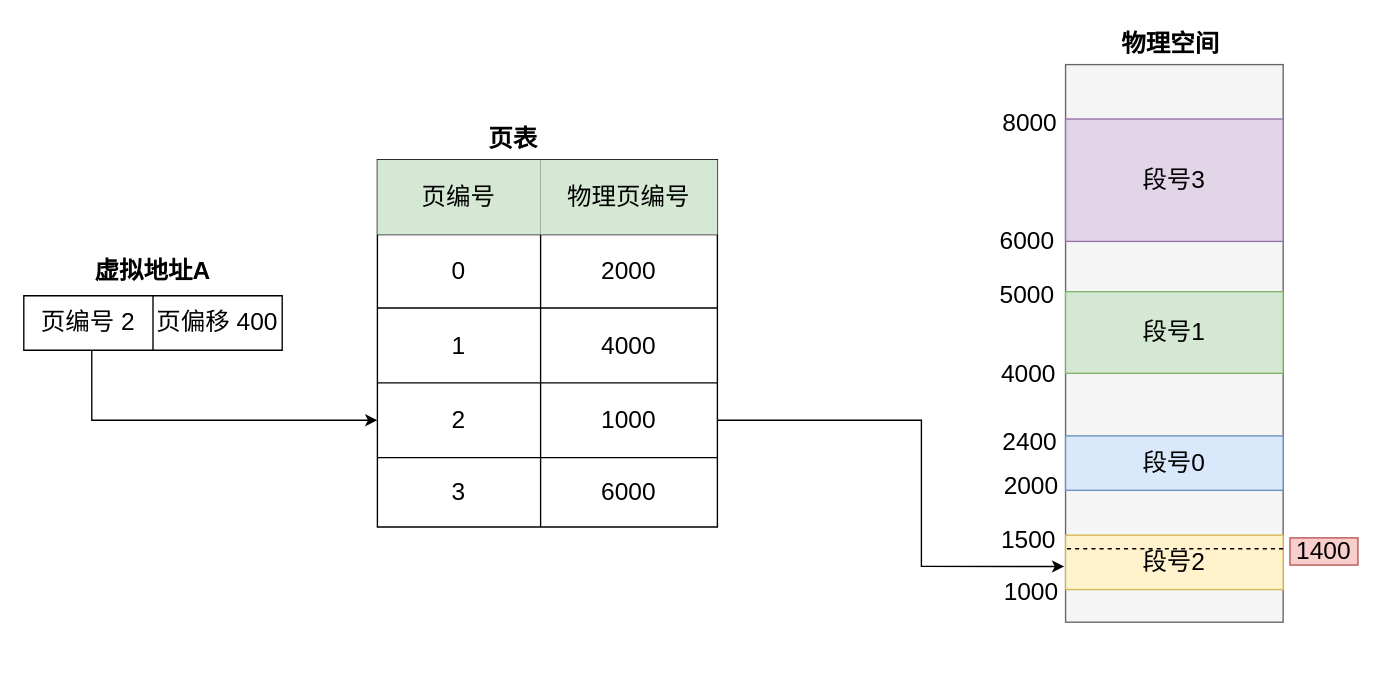
The draw.io diagram 内存分页.drawio in Netech-DevNote/itquestions_pictures, before the edit. Source tidied: cells renumbered, new cells numbered last; positions are measured from the earlier drawing's top-left corner, leaving out a move shared by most shapes. Both pictures are drawn from the tidied source at 136%, with x=0, y=0 at pixel (23, 23).
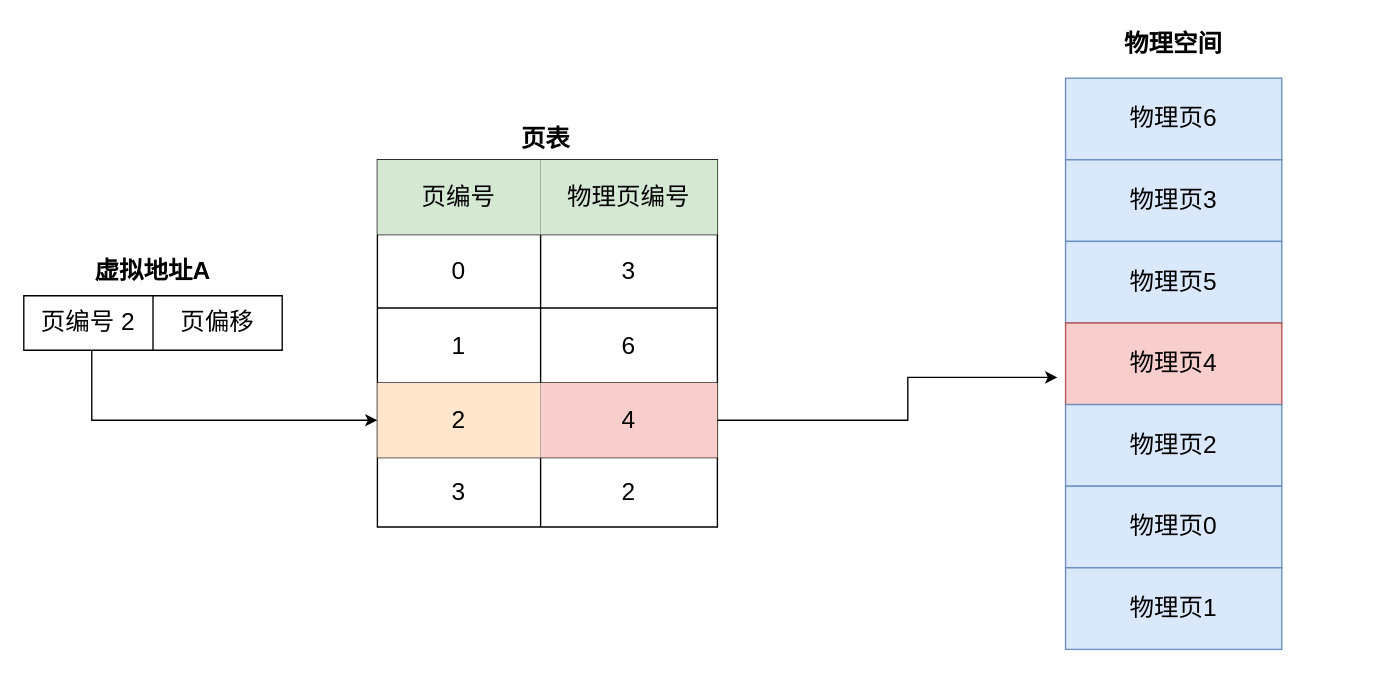
After the change.

Commit message (it also covers changes not shown here):
更新内存分页.drawio

The change refers to these unchanged cells:
```xml
<mxCell id="6" style="shape=tableRow;horizontal=0;startSize=0;swimlaneHead=0;swimlaneBody=0;strokeColor=inherit;top=0;left=0;bottom=0;right=0;fillColor=none;fontSize=18;" parent="2" vertex="1">
  <mxGeometry y="55" width="250" height="54" as="geometry" />
</mxCell>
<mxCell id="9" style="shape=tableRow;horizontal=0;startSize=0;swimlaneHead=0;swimlaneBody=0;strokeColor=inherit;top=0;left=0;bottom=0;right=0;fillColor=none;fontSize=18;" parent="2" vertex="1">
  <mxGeometry y="109" width="250" height="55" as="geometry" />
</mxCell>
<mxCell id="12" style="shape=tableRow;horizontal=0;startSize=0;swimlaneHead=0;swimlaneBody=0;strokeColor=inherit;top=0;left=0;bottom=0;right=0;fillColor=none;points=[[0,0.5],[1,0.5]];portConstraint=eastwest;fontSize=18;" parent="2" vertex="1">
  <mxGeometry y="164" width="250" height="55" as="geometry" />
</mxCell>
<mxCell id="15" style="shape=tableRow;horizontal=0;startSize=0;swimlaneHead=0;swimlaneBody=0;strokeColor=inherit;top=0;left=0;bottom=0;right=0;fillColor=none;fontSize=18;" parent="2" vertex="1">
  <mxGeometry y="219" width="250" height="51" as="geometry" />
</mxCell>
<mxCell id="19" style="shape=tableRow;horizontal=0;startSize=0;swimlaneHead=0;swimlaneBody=0;strokeColor=inherit;top=0;left=0;bottom=0;right=0;fillColor=none;points=[[0,0.5],[1,0.5]];portConstraint=eastwest;fontSize=18;" parent="18" vertex="1">
  <mxGeometry width="190" height="40" as="geometry" />
</mxCell>
```

Change to the diagram source:
```diff
@@
-    <mxCell id="8" value="2000" style="shape=partialRectangle;html=1;whiteSpace=wrap;strokeColor=inherit;overflow=hidden;fillColor=none;top=0;left=0;bottom=0;right=0;fontSize=18;" parent="6" vertex="1">
+    <mxCell id="8" value="3" style="shape=partialRectangle;html=1;whiteSpace=wrap;strokeColor=inherit;overflow=hidden;fillColor=none;top=0;left=0;bottom=0;right=0;fontSize=18;" parent="6" vertex="1">
       <mxGeometry x="120" width="130" height="54" as="geometry" />
     </mxCell>
@@
-    <mxCell id="11" value="4000" style="shape=partialRectangle;html=1;whiteSpace=wrap;strokeColor=inherit;overflow=hidden;fillColor=none;top=0;left=0;bottom=0;right=0;fontSize=18;" parent="9" vertex="1">
+    <mxCell id="11" value="6" style="shape=partialRectangle;html=1;whiteSpace=wrap;strokeColor=inherit;overflow=hidden;fillColor=none;top=0;left=0;bottom=0;right=0;fontSize=18;" parent="9" vertex="1">
       <mxGeometry x="120" width="130" height="55" as="geometry" />
     </mxCell>
@@
-    <mxCell id="13" value="2" style="shape=partialRectangle;html=1;whiteSpace=wrap;strokeColor=inherit;overflow=hidden;fillColor=none;top=0;left=0;bottom=0;right=0;fontSize=18;" parent="12" vertex="1">
+    <mxCell id="13" value="2" style="shape=partialRectangle;html=1;whiteSpace=wrap;strokeColor=#d79b00;overflow=hidden;fillColor=#ffe6cc;top=0;left=0;bottom=0;right=0;fontSize=18;" parent="12" vertex="1">
       <mxGeometry width="120" height="55" as="geometry" />
     </mxCell>
-    <mxCell id="14" value="1000" style="shape=partialRectangle;html=1;whiteSpace=wrap;strokeColor=inherit;overflow=hidden;fillColor=none;top=0;left=0;bottom=0;right=0;fontSize=18;" parent="12" vertex="1">
+    <mxCell id="14" value="4" style="shape=partialRectangle;html=1;whiteSpace=wrap;strokeColor=#b85450;overflow=hidden;fillColor=#f8cecc;top=0;left=0;bottom=0;right=0;fontSize=18;" parent="12" vertex="1">
       <mxGeometry x="120" width="130" height="55" as="geometry" />
     </mxCell>
@@
-    <mxCell id="17" value="6000" style="shape=partialRectangle;html=1;whiteSpace=wrap;strokeColor=inherit;overflow=hidden;fillColor=none;top=0;left=0;bottom=0;right=0;fontSize=18;" parent="15" vertex="1">
+    <mxCell id="17" value="2" style="shape=partialRectangle;html=1;whiteSpace=wrap;strokeColor=inherit;overflow=hidden;fillColor=none;top=0;left=0;bottom=0;right=0;fontSize=18;" parent="15" vertex="1">
       <mxGeometry x="120" width="130" height="51" as="geometry" />
     </mxCell>
@@
-    <mxCell id="21" value="页偏移 400" style="shape=partialRectangle;html=1;whiteSpace=wrap;strokeColor=inherit;overflow=hidden;fillColor=none;top=0;left=0;bottom=0;right=0;fontSize=18;" parent="19" vertex="1">
+    <mxCell id="21" value="页偏移" style="shape=partialRectangle;html=1;whiteSpace=wrap;strokeColor=inherit;overflow=hidden;fillColor=none;top=0;left=0;bottom=0;right=0;fontSize=18;" parent="19" vertex="1">
       <mxGeometry x="95" width="95" height="40" as="geometry" />
     </mxCell>
@@
     <mxCell id="23" value="页表" style="text;html=1;strokeColor=none;fillColor=none;align=center;verticalAlign=middle;whiteSpace=wrap;rounded=0;fontSize=18;fontStyle=1;" parent="1" vertex="1">
-      <mxGeometry x="330" y="70" width="60" height="30" as="geometry" />
+      <mxGeometry x="354" y="70" width="60" height="30" as="geometry" />
     </mxCell>
-    <mxCell id="24" style="rounded=0;whiteSpace=wrap;html=1;fillColor=#f5f5f5;fontColor=#333333;strokeColor=#666666;fontSize=18;" parent="1" vertex="1">
-      <mxGeometry x="766" y="30" width="160" height="410" as="geometry" />
-    </mxCell>
-    <mxCell id="25" value="段号2" style="rounded=0;whiteSpace=wrap;html=1;fillColor=#fff2cc;strokeColor=#d6b656;fontSize=18;" parent="1" vertex="1">
-      <mxGeometry x="766" y="376" width="160" height="40" as="geometry" />
-    </mxCell>
-    <mxCell id="26" value="1000" style="text;html=1;strokeColor=none;fillColor=none;align=center;verticalAlign=middle;whiteSpace=wrap;rounded=0;fontSize=18;" parent="1" vertex="1">
-      <mxGeometry x="711" y="403" width="60" height="30" as="geometry" />
-    </mxCell>
-    <mxCell id="27" value="1500" style="text;html=1;strokeColor=none;fillColor=none;align=center;verticalAlign=middle;whiteSpace=wrap;rounded=0;fontSize=18;" parent="1" vertex="1">
-      <mxGeometry x="709" y="365" width="60" height="30" as="geometry" />
-    </mxCell>
-    <mxCell id="28" value="段号0" style="rounded=0;whiteSpace=wrap;html=1;fillColor=#dae8fc;strokeColor=#6c8ebf;fontSize=18;" parent="1" vertex="1">
-      <mxGeometry x="766" y="303" width="160" height="40" as="geometry" />
-    </mxCell>
-    <mxCell id="29" value="段号1" style="rounded=0;whiteSpace=wrap;html=1;fillColor=#d5e8d4;strokeColor=#82b366;fontSize=18;" parent="1" vertex="1">
-      <mxGeometry x="766" y="197" width="160" height="60" as="geometry" />
-    </mxCell>
-    <mxCell id="30" value="段号3" style="rounded=0;whiteSpace=wrap;html=1;fillColor=#e1d5e7;strokeColor=#9673a6;fontSize=18;" parent="1" vertex="1">
-      <mxGeometry x="766" y="70" width="160" height="90" as="geometry" />
-    </mxCell>
-    <mxCell id="31" value="2000" style="text;html=1;strokeColor=none;fillColor=none;align=center;verticalAlign=middle;whiteSpace=wrap;rounded=0;fontSize=18;" parent="1" vertex="1">
-      <mxGeometry x="711" y="325" width="60" height="30" as="geometry" />
-    </mxCell>
-    <mxCell id="32" value="2400" style="text;html=1;strokeColor=none;fillColor=none;align=center;verticalAlign=middle;whiteSpace=wrap;rounded=0;fontSize=18;" parent="1" vertex="1">
-      <mxGeometry x="710" y="293" width="60" height="30" as="geometry" />
-    </mxCell>
-    <mxCell id="33" value="4000" style="text;html=1;strokeColor=none;fillColor=none;align=center;verticalAlign=middle;whiteSpace=wrap;rounded=0;fontSize=18;" parent="1" vertex="1">
-      <mxGeometry x="709" y="243" width="60" height="30" as="geometry" />
-    </mxCell>
-    <mxCell id="34" value="5000" style="text;html=1;strokeColor=none;fillColor=none;align=center;verticalAlign=middle;whiteSpace=wrap;rounded=0;fontSize=18;" parent="1" vertex="1">
-      <mxGeometry x="708" y="185" width="60" height="30" as="geometry" />
-    </mxCell>
-    <mxCell id="35" value="6000" style="text;html=1;strokeColor=none;fillColor=none;align=center;verticalAlign=middle;whiteSpace=wrap;rounded=0;fontStyle=0;fontSize=18;" parent="1" vertex="1">
-      <mxGeometry x="708" y="145" width="60" height="30" as="geometry" />
-    </mxCell>
-    <mxCell id="36" value="8000" style="text;html=1;strokeColor=none;fillColor=none;align=center;verticalAlign=middle;whiteSpace=wrap;rounded=0;fontSize=18;" parent="1" vertex="1">
-      <mxGeometry x="710" y="58" width="60" height="30" as="geometry" />
-    </mxCell>
-    <mxCell id="37" style="endArrow=classic;html=1;rounded=0;edgeStyle=orthogonalEdgeStyle;entryX=0;entryY=0.5;entryDx=0;entryDy=0;exitX=0.263;exitY=1;exitDx=0;exitDy=0;exitPerimeter=0;" parent="1" edge="1" source="19" target="12">
+    <mxCell id="37" style="endArrow=classic;html=1;rounded=0;edgeStyle=orthogonalEdgeStyle;entryX=0;entryY=0.5;entryDx=0;entryDy=0;exitX=0.263;exitY=1;exitDx=0;exitDy=0;exitPerimeter=0;fontSize=18;" parent="1" edge="1" source="19" target="12">
       <mxGeometry relative="1" as="geometry" />
     </mxCell>
-    <mxCell id="38" style="endArrow=classic;html=1;rounded=0;exitX=1;exitY=0.5;exitDx=0;exitDy=0;edgeStyle=orthogonalEdgeStyle;entryX=0.9;entryY=-0.133;entryDx=0;entryDy=0;entryPerimeter=0;" parent="1" edge="1" source="12" target="26">
+    <mxCell id="38" style="endArrow=classic;html=1;rounded=0;exitX=1;exitY=0.5;exitDx=0;exitDy=0;edgeStyle=orthogonalEdgeStyle;fontSize=18;" parent="1" edge="1" source="12">
       <mxGeometry relative="1" as="geometry">
+        <mxPoint x="760" y="260" as="targetPoint" />
         <Array as="points">
-          <mxPoint x="660" y="292" />
-          <mxPoint x="660" y="399" />
+          <mxPoint x="650" y="292" />
+          <mxPoint x="650" y="260" />
         </Array>
       </mxGeometry>
     </mxCell>
-    <mxCell id="39" style="endArrow=none;html=1;rounded=0;entryX=1;entryY=0.25;entryDx=0;entryDy=0;dashed=1;" parent="1" edge="1" target="25">
-      <mxGeometry relative="1" as="geometry">
-        <mxPoint x="767" y="386" as="sourcePoint" />
-      </mxGeometry>
-    </mxCell>
-    <mxCell id="40" value="1400" style="text;html=1;strokeColor=#b85450;fillColor=#f8cecc;align=center;verticalAlign=middle;whiteSpace=wrap;rounded=0;fontSize=18;" parent="1" vertex="1">
-      <mxGeometry x="931" y="378" width="50" height="20" as="geometry" />
-    </mxCell>
     <mxCell id="41" value="物理空间" style="text;html=1;strokeColor=none;fillColor=none;align=center;verticalAlign=middle;whiteSpace=wrap;rounded=0;fontSize=18;fontStyle=1;" parent="1" vertex="1">
-      <mxGeometry x="797" width="93" height="30" as="geometry" />
+      <mxGeometry x="799" width="93" height="30" as="geometry" />
     </mxCell>
+    <mxCell id="42" value="物理页6" style="rounded=0;whiteSpace=wrap;html=1;fontSize=18;fillColor=#dae8fc;strokeColor=#6c8ebf;" parent="1" vertex="1">
+      <mxGeometry x="766" y="40" width="159" height="60" as="geometry" />
+    </mxCell>
+    <mxCell id="43" value="物理页3" style="rounded=0;whiteSpace=wrap;html=1;fontSize=18;fillColor=#dae8fc;strokeColor=#6c8ebf;" parent="1" vertex="1">
+      <mxGeometry x="766" y="100" width="159" height="60" as="geometry" />
+    </mxCell>
+    <mxCell id="44" value="物理页5" style="rounded=0;whiteSpace=wrap;html=1;fontSize=18;fillColor=#dae8fc;strokeColor=#6c8ebf;" parent="1" vertex="1">
+      <mxGeometry x="766" y="160" width="159" height="60" as="geometry" />
+    </mxCell>
+    <mxCell id="45" value="物理页4" style="rounded=0;whiteSpace=wrap;html=1;fontSize=18;fillColor=#f8cecc;strokeColor=#b85450;" parent="1" vertex="1">
+      <mxGeometry x="766" y="220" width="159" height="60" as="geometry" />
+    </mxCell>
+    <mxCell id="46" value="物理页2" style="rounded=0;whiteSpace=wrap;html=1;fontSize=18;fillColor=#dae8fc;strokeColor=#6c8ebf;" parent="1" vertex="1">
+      <mxGeometry x="766" y="280" width="159" height="60" as="geometry" />
+    </mxCell>
+    <mxCell id="47" value="物理页0" style="rounded=0;whiteSpace=wrap;html=1;fontSize=18;fillColor=#dae8fc;strokeColor=#6c8ebf;" parent="1" vertex="1">
+      <mxGeometry x="766" y="340" width="159" height="60" as="geometry" />
+    </mxCell>
+    <mxCell id="48" value="物理页1" style="rounded=0;whiteSpace=wrap;html=1;fontSize=18;fillColor=#dae8fc;strokeColor=#6c8ebf;" parent="1" vertex="1">
+      <mxGeometry x="766" y="400" width="159" height="60" as="geometry" />
+    </mxCell>
```
